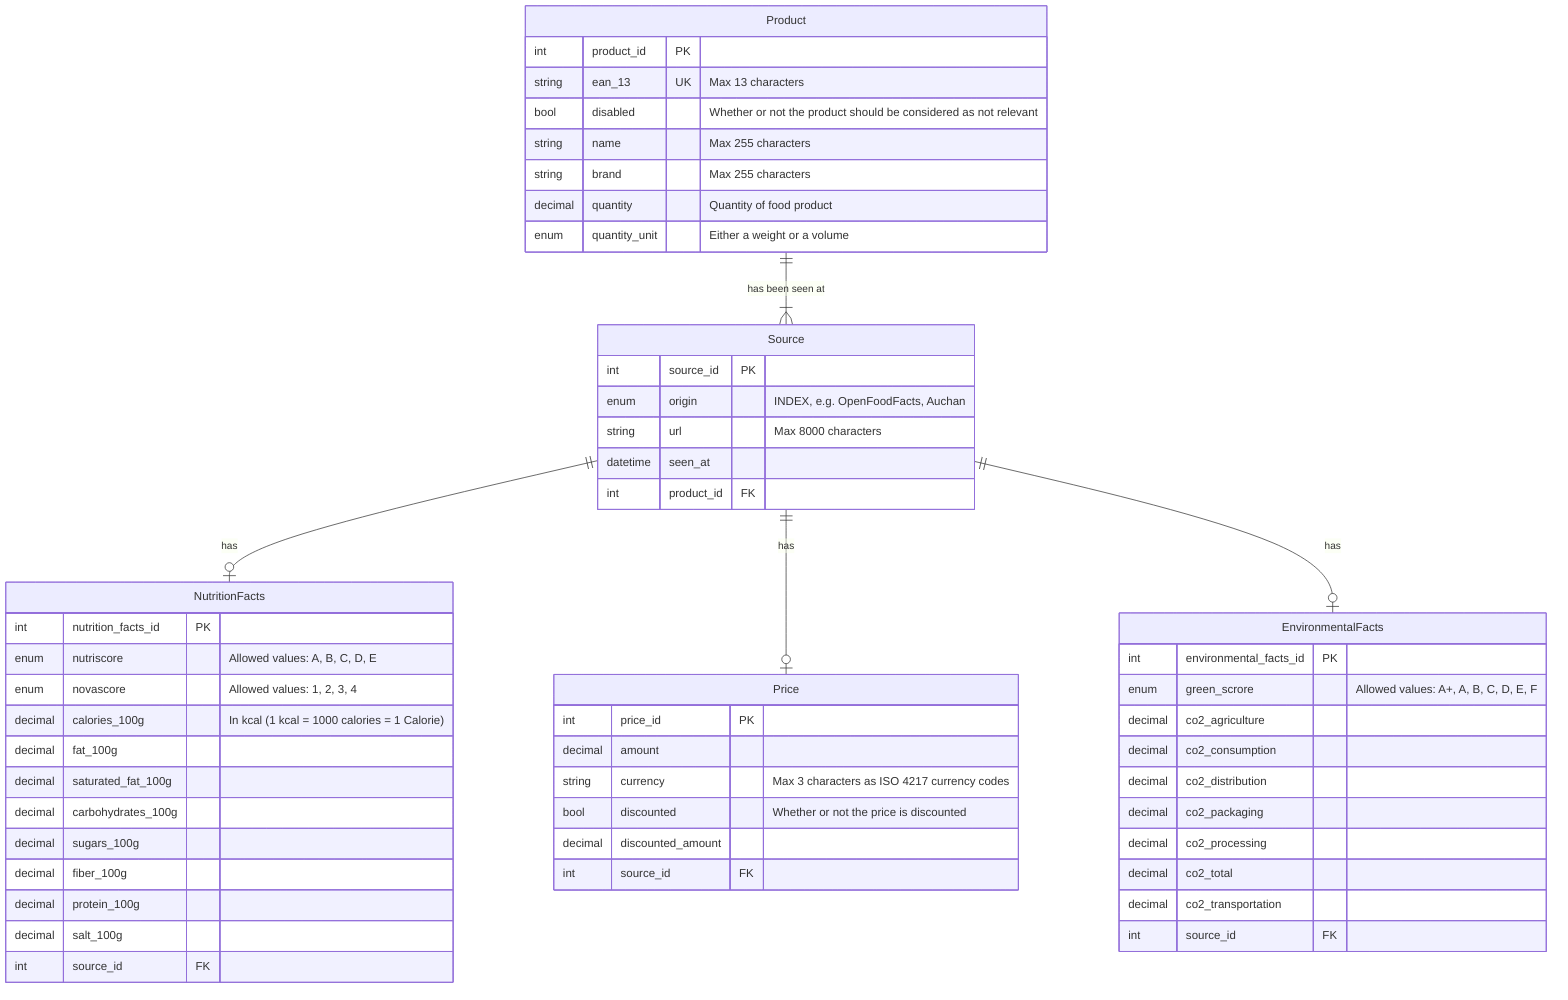
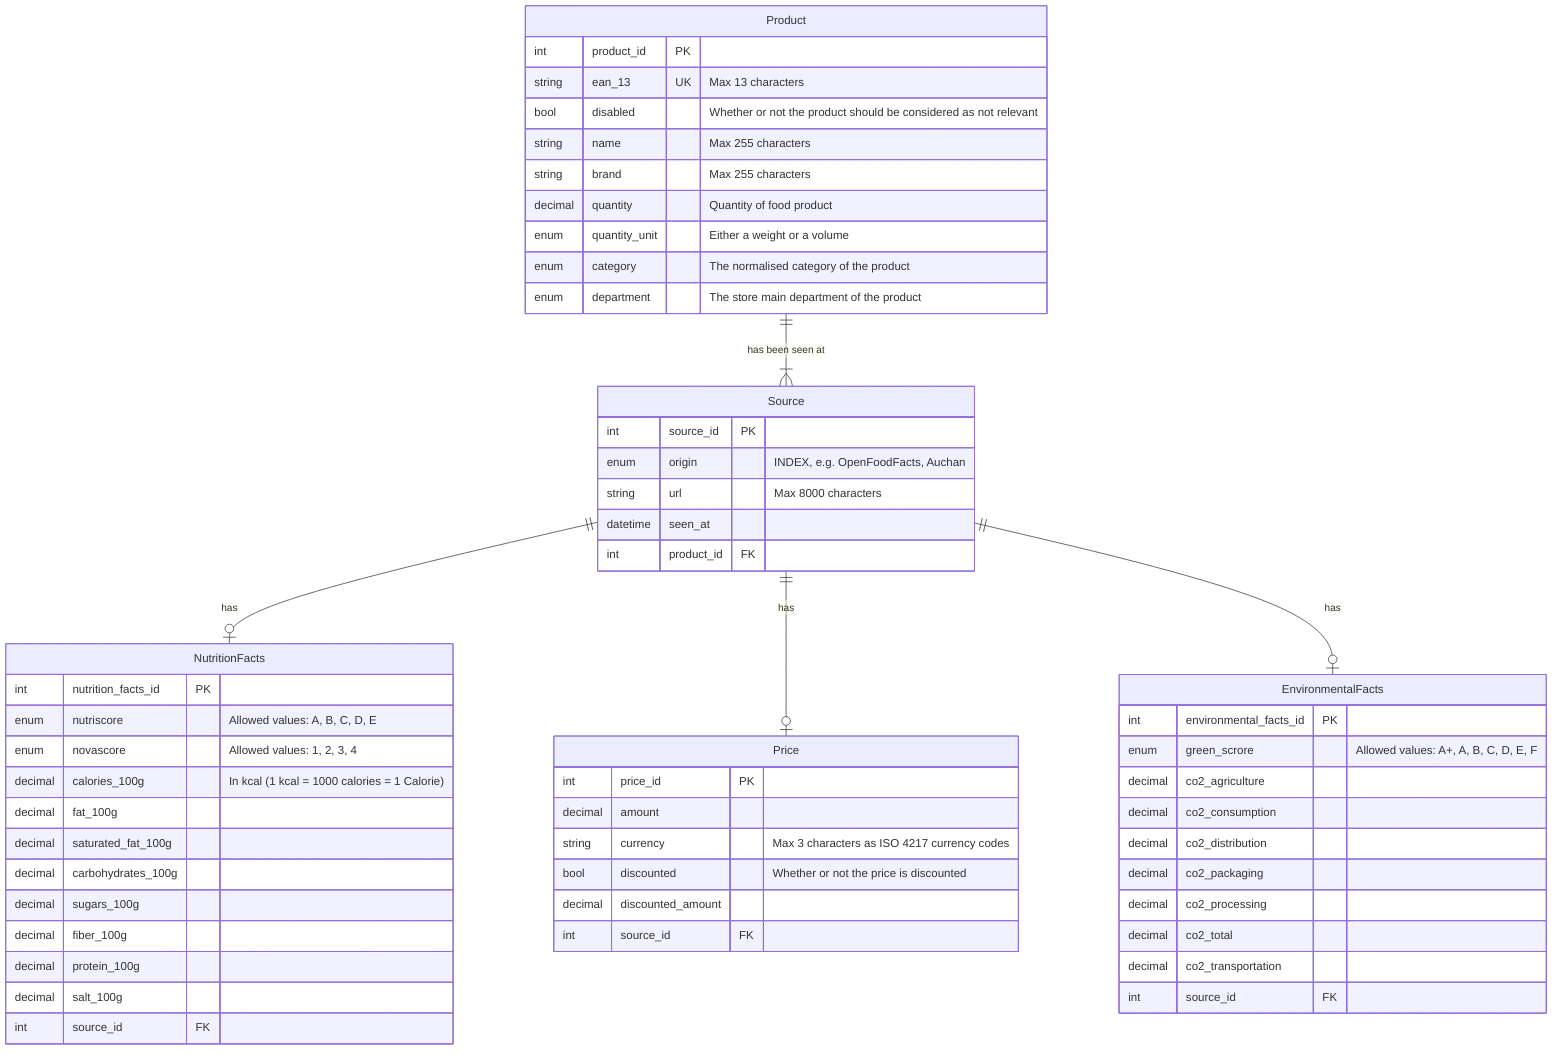
erDiagram
    Product {
        int product_id PK

        string ean_13 UK "Max 13 characters"
        bool disabled "Whether or not the product should be considered as not relevant"

        string name "Max 255 characters"
        string brand "Max 255 characters"

        decimal quantity "Quantity of food product"
        enum quantity_unit "Either a weight or a volume"
+ 
+         enum category "The normalised category of the product"
+         enum department "The store main department of the product"
+ 
    }

    Source {
        int source_id PK

        enum origin "INDEX, e.g. OpenFoodFacts, Auchan"
        string url "Max 8000 characters"
        datetime seen_at

        int product_id FK
    }

    NutritionFacts {
        int nutrition_facts_id PK

        enum nutriscore "Allowed values: A, B, C, D, E"
        enum novascore "Allowed values: 1, 2, 3, 4"

        decimal calories_100g "In kcal (1 kcal = 1000 calories = 1 Calorie)"

        decimal fat_100g
        decimal saturated_fat_100g
        decimal carbohydrates_100g
        decimal sugars_100g
        decimal fiber_100g
        decimal protein_100g
        decimal salt_100g

        int source_id FK
    }

    Price {
        int price_id PK

        decimal amount
        string currency "Max 3 characters as ISO 4217 currency codes"
        bool discounted "Whether or not the price is discounted"
        decimal discounted_amount

        int source_id FK
    }

    EnvironmentalFacts {
        int environmental_facts_id PK

        enum green_scrore "Allowed values: A+, A, B, C, D, E, F"

        decimal co2_agriculture
        decimal co2_consumption
        decimal co2_distribution
        decimal co2_packaging
        decimal co2_processing
        decimal co2_total
        decimal co2_transportation

        int source_id FK
    }

    Product 1--1+ Source : "has been seen at"

    Source 1--one or zero NutritionFacts : "has"
    Source 1--one or zero Price : "has"
    Source 1--one or zero EnvironmentalFacts : "has"
